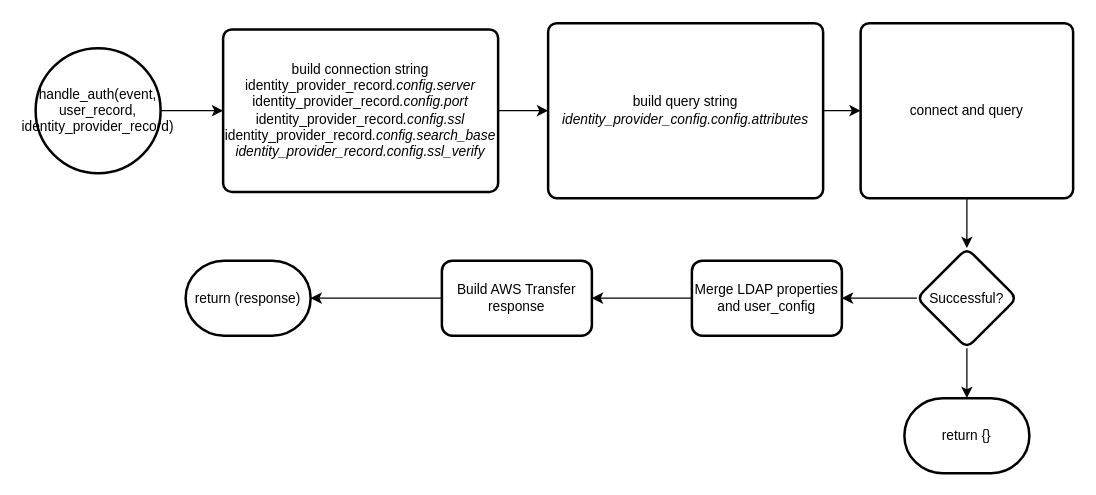
Earlier version of the draw.io diagram page "ldap-module-process-flow" (3 of 3) of solutions/custom-idp/diagrams/aws-transfer-custom-idp-solution.drawio (aws-samples/toolkit-for-aws-transfer-family). Source tidied: cells renumbered, new cells numbered last; positions are measured from the earlier drawing's top-left corner, leaving out a move shared by most shapes. Both pictures are drawn from the tidied source at 125%, with x=0, y=0 at pixel (35, 22).
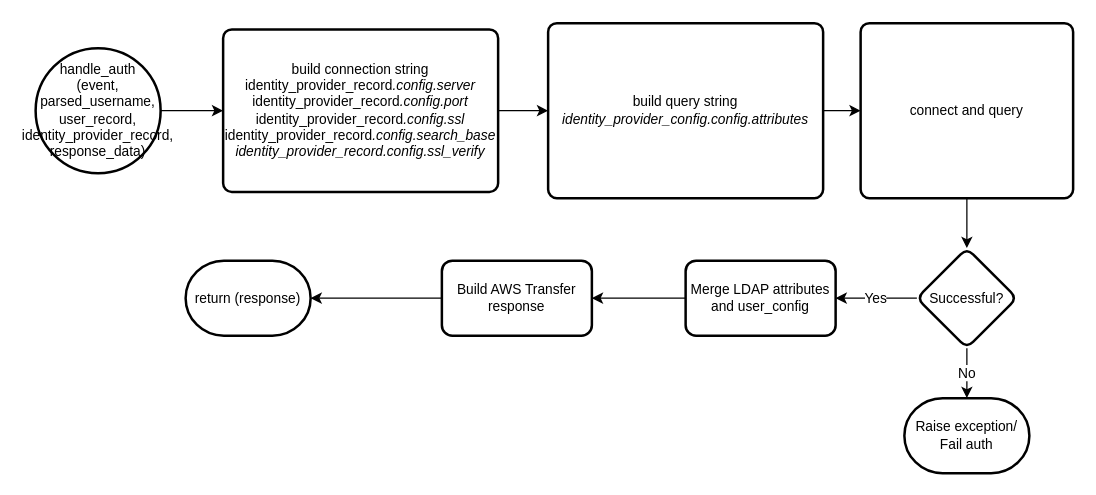
The same diagram, later.

The edit, as a diff of the source:
```diff
@@
 <mxGraphModel>
   <root>
     <mxCell id="0" />
     <mxCell id="1" parent="0" />
     <mxCell id="2" style="edgeStyle=orthogonalEdgeStyle;rounded=0;jettySize=auto;html=1;fontSize=11;" parent="1" edge="1" source="3" target="5">
       <mxGeometry relative="1" as="geometry" />
     </mxCell>
-    <mxCell id="3" value="handle_auth(event, user_record, identity_provider_record)" style="strokeWidth=2;html=1;shape=mxgraph.flowchart.start_2;whiteSpace=wrap;strokeColor=#000000;fontSize=11;fillColor=none;" parent="1" vertex="1">
+    <mxCell id="3" value="handle_auth&lt;br&gt;(event, parsed_username, user_record, identity_provider_record, response_data)" style="strokeWidth=2;html=1;shape=mxgraph.flowchart.start_2;whiteSpace=wrap;strokeColor=#000000;fontSize=11;fillColor=none;" parent="1" vertex="1">
       <mxGeometry y="20" width="100" height="100" as="geometry" />
     </mxCell>
     <mxCell id="4" style="edgeStyle=orthogonalEdgeStyle;rounded=0;jettySize=auto;html=1;fontSize=11;" parent="1" edge="1" source="5" target="7">
       <mxGeometry relative="1" as="geometry" />
     </mxCell>
     <mxCell id="5" value="build connection string&lt;br&gt;identity_provider_record&lt;i&gt;.config.server&lt;/i&gt;&lt;br&gt;identity_provider_record&lt;i&gt;.config.port&lt;/i&gt;&lt;br&gt;identity_provider_record&lt;i&gt;.config.ssl&lt;br&gt;&lt;/i&gt;identity_provider_record&lt;i style=&quot;border-color: var(--border-color);&quot;&gt;.config.search_base&lt;br&gt;identity_provider_record.config.ssl_verify&lt;br style=&quot;border-color: var(--border-color);&quot;&gt;&lt;/i&gt;" style="rounded=1;whiteSpace=wrap;html=1;absoluteArcSize=1;arcSize=14;strokeWidth=2;strokeColor=#000000;fontSize=11;fillColor=none;" parent="1" vertex="1">
       <mxGeometry x="150" y="5" width="220" height="130" as="geometry" />
     </mxCell>
     <mxCell id="6" style="edgeStyle=orthogonalEdgeStyle;rounded=0;jettySize=auto;html=1;fontSize=11;" parent="1" edge="1" source="7" target="9">
       <mxGeometry relative="1" as="geometry" />
     </mxCell>
     <mxCell id="7" value="build query string&lt;br&gt;&lt;i&gt;identity_provider_config.config.attributes&lt;br&gt;&lt;/i&gt;" style="rounded=1;whiteSpace=wrap;html=1;absoluteArcSize=1;arcSize=14;strokeWidth=2;strokeColor=#000000;fontSize=11;fillColor=none;" parent="1" vertex="1">
       <mxGeometry x="410" width="220" height="140" as="geometry" />
     </mxCell>
     <mxCell id="8" style="edgeStyle=orthogonalEdgeStyle;rounded=0;jettySize=auto;html=1;fontSize=11;" parent="1" edge="1" source="9" target="12">
       <mxGeometry relative="1" as="geometry" />
     </mxCell>
     <mxCell id="9" value="connect and query" style="rounded=1;whiteSpace=wrap;html=1;absoluteArcSize=1;arcSize=14;strokeWidth=2;strokeColor=#000000;fontSize=11;fillColor=none;" parent="1" vertex="1">
       <mxGeometry x="660" width="170" height="140" as="geometry" />
     </mxCell>
-    <mxCell id="10" style="edgeStyle=orthogonalEdgeStyle;rounded=0;jettySize=auto;html=1;fontSize=11;" parent="1" edge="1" source="12" target="14">
+    <mxCell id="10" value="Yes" style="edgeStyle=orthogonalEdgeStyle;rounded=0;jettySize=auto;html=1;fontSize=11;" parent="1" edge="1" source="12" target="14">
       <mxGeometry relative="1" as="geometry" />
     </mxCell>
-    <mxCell id="11" style="edgeStyle=orthogonalEdgeStyle;rounded=0;jettySize=auto;html=1;" parent="1" edge="1" source="12" target="18">
+    <mxCell id="11" value="No" style="edgeStyle=orthogonalEdgeStyle;rounded=0;jettySize=auto;html=1;" parent="1" edge="1" source="12" target="18">
       <mxGeometry relative="1" as="geometry" />
     </mxCell>
     <mxCell id="12" value="Successful?" style="rhombus;whiteSpace=wrap;html=1;fontSize=11;fillColor=none;strokeColor=#000000;rounded=1;arcSize=14;strokeWidth=2;" parent="1" vertex="1">
       <mxGeometry x="705" y="180" width="80" height="80" as="geometry" />
     </mxCell>
     <mxCell id="13" style="edgeStyle=orthogonalEdgeStyle;rounded=0;jettySize=auto;html=1;fontSize=11;" parent="1" edge="1" source="14" target="16">
       <mxGeometry relative="1" as="geometry" />
     </mxCell>
-    <mxCell id="14" value="Merge LDAP properties&lt;br&gt;and user_config" style="whiteSpace=wrap;html=1;fontSize=11;fillColor=none;strokeColor=#000000;rounded=1;arcSize=14;strokeWidth=2;" parent="1" vertex="1">
-      <mxGeometry x="525" y="190" width="120" height="60" as="geometry" />
+    <mxCell id="14" value="Merge LDAP attributes&lt;br&gt;and user_config" style="whiteSpace=wrap;html=1;fontSize=11;fillColor=none;strokeColor=#000000;rounded=1;arcSize=14;strokeWidth=2;" parent="1" vertex="1">
+      <mxGeometry x="520" y="190" width="120" height="60" as="geometry" />
     </mxCell>
     <mxCell id="15" style="edgeStyle=orthogonalEdgeStyle;rounded=0;jettySize=auto;html=1;fontSize=11;" parent="1" edge="1" source="16" target="17">
       <mxGeometry relative="1" as="geometry" />
     </mxCell>
     <mxCell id="16" value="Build AWS Transfer&lt;br&gt;response" style="whiteSpace=wrap;html=1;fontSize=11;fillColor=none;strokeColor=#000000;rounded=1;arcSize=14;strokeWidth=2;" parent="1" vertex="1">
       <mxGeometry x="325" y="190" width="120" height="60" as="geometry" />
     </mxCell>
     <mxCell id="17" value="return (response)" style="strokeWidth=2;html=1;shape=mxgraph.flowchart.terminator;whiteSpace=wrap;strokeColor=#000000;fontSize=11;fillColor=none;" parent="1" vertex="1">
       <mxGeometry x="120" y="190" width="100" height="60" as="geometry" />
     </mxCell>
-    <mxCell id="18" value="return {}" style="strokeWidth=2;html=1;shape=mxgraph.flowchart.terminator;whiteSpace=wrap;strokeColor=#000000;fontSize=11;fillColor=none;" parent="1" vertex="1">
+    <mxCell id="18" value="Raise exception/ Fail auth" style="strokeWidth=2;html=1;shape=mxgraph.flowchart.terminator;whiteSpace=wrap;strokeColor=#000000;fontSize=11;fillColor=none;" parent="1" vertex="1">
       <mxGeometry x="695" y="300" width="100" height="60" as="geometry" />
     </mxCell>
   </root>
 </mxGraphModel>
```
